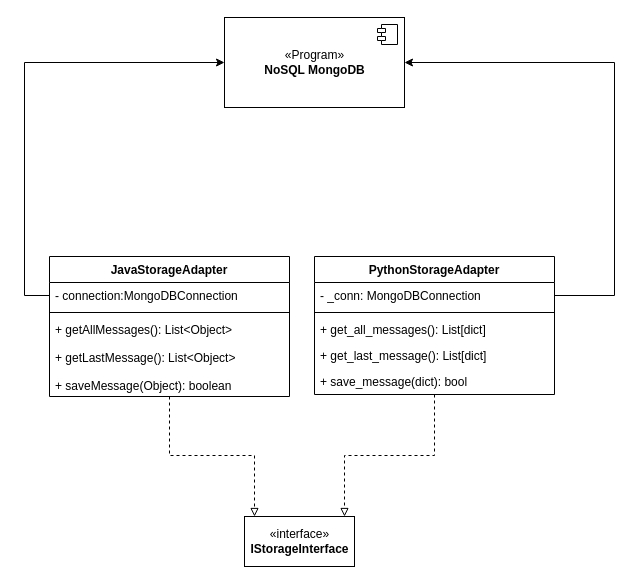
Above: page "storage_subsystem" (3 of 4) of docs/schemes/classes/ClassDiagram.drawio in Kirkirillka/GPS_Tracker (draw.io), before the change. Source tidied: cells renumbered, new cells numbered last; positions are measured from the earlier drawing's top-left corner, leaving out a move shared by most shapes. Both pictures are drawn from the tidied source at 100%, with x=0, y=0 at pixel (24, 17).
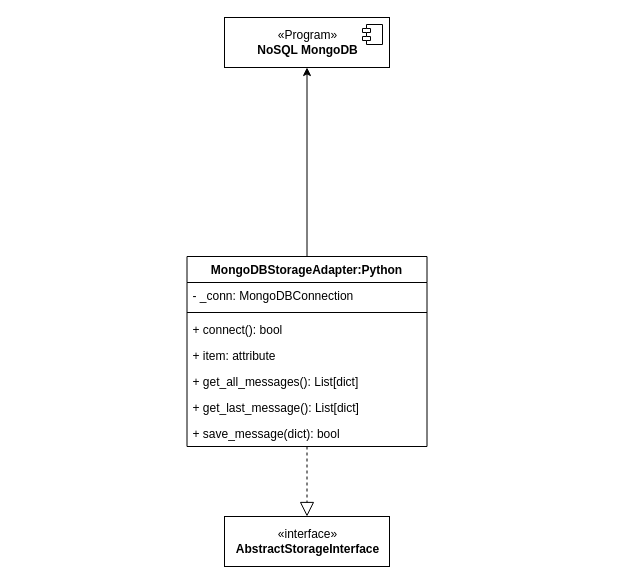
The same diagram, later.

Unchanged cells that the change refers to:
```xml
<mxCell id="12" value="- _conn: MongoDBConnection" style="text;strokeColor=none;fillColor=none;align=left;verticalAlign=top;spacingLeft=4;spacingRight=4;overflow=hidden;points=[[0,0.5],[1,0.5]];portConstraint=eastwest;" parent="11" vertex="1">
  <mxGeometry y="26" width="240" height="26" as="geometry" />
</mxCell>
```

What changed in the source:
```diff
@@
-    <mxCell id="2" style="edgeStyle=orthogonalEdgeStyle;rounded=0;jettySize=auto;html=1;dashed=1;endArrow=block;endFill=0;" parent="1" edge="1" source="3" target="7">
-      <mxGeometry relative="1" as="geometry">
-        <Array as="points">
-          <mxPoint x="145" y="438" />
-          <mxPoint x="230" y="438" />
-        </Array>
-      </mxGeometry>
-    </mxCell>
-    <mxCell id="3" value="JavaStorageAdapter" style="swimlane;fontStyle=1;align=center;verticalAlign=top;horizontal=1;startSize=26;" parent="1" vertex="1">
-      <mxGeometry x="25" y="239" width="240" height="140" as="geometry" />
-    </mxCell>
-    <mxCell id="4" value="- connection:MongoDBConnection" style="text;strokeColor=none;fillColor=none;align=left;verticalAlign=top;spacingLeft=4;spacingRight=4;overflow=hidden;points=[[0,0.5],[1,0.5]];portConstraint=eastwest;" parent="3" vertex="1">
-      <mxGeometry y="26" width="240" height="26" as="geometry" />
-    </mxCell>
-    <mxCell id="5" style="line;strokeWidth=1;fillColor=none;align=left;verticalAlign=middle;spacingTop=-1;spacingLeft=3;spacingRight=3;labelPosition=right;" parent="3" vertex="1">
-      <mxGeometry y="52" width="240" height="8" as="geometry" />
-    </mxCell>
-    <mxCell id="6" value="+ getAllMessages(): List&lt;Object&gt;&#10;&#10;+ getLastMessage(): List&lt;Object&gt;&#10;&#10;+ saveMessage(Object): boolean" style="text;strokeColor=none;fillColor=none;align=left;verticalAlign=top;spacingLeft=4;spacingRight=4;overflow=hidden;" parent="3" vertex="1">
-      <mxGeometry y="60" width="240" height="80" as="geometry" />
-    </mxCell>
-    <mxCell id="7" value="«interface»&lt;br&gt;&lt;b&gt;IStorageInterface&lt;/b&gt;" style="html=1;" parent="1" vertex="1">
-      <mxGeometry x="220" y="499" width="110" height="50" as="geometry" />
+    <mxCell id="7" value="«interface»&lt;br&gt;&lt;b&gt;AbstractStorageInterface&lt;/b&gt;" style="html=1;" parent="1" vertex="1">
+      <mxGeometry x="200" y="499" width="165" height="50" as="geometry" />
     </mxCell>
     <mxCell id="8" value="«Program»&lt;br&gt;&lt;b&gt;NoSQL MongoDB&lt;/b&gt;" style="html=1;" parent="1" vertex="1">
-      <mxGeometry x="200" width="180" height="90" as="geometry" />
+      <mxGeometry x="200" width="165" height="50" as="geometry" />
     </mxCell>
@@
-    <mxCell id="10" style="edgeStyle=orthogonalEdgeStyle;rounded=0;jettySize=auto;html=1;endArrow=classic;endFill=1;strokeColor=#000000;" parent="1" edge="1" source="4" target="8">
-      <mxGeometry relative="1" as="geometry">
-        <Array as="points">
-          <mxPoint y="278" />
-          <mxPoint y="45" />
-        </Array>
-      </mxGeometry>
-    </mxCell>
+    <mxCell id="19" style="edgeStyle=orthogonalEdgeStyle;rounded=0;jettySize=auto;html=1;" parent="1" edge="1" source="11" target="8">
+      <mxGeometry relative="1" as="geometry" />
+    </mxCell>
-    <mxCell id="11" value="PythonStorageAdapter" style="swimlane;fontStyle=1;align=center;verticalAlign=top;horizontal=1;startSize=26;" parent="1" vertex="1">
-      <mxGeometry x="290" y="239" width="240" height="138" as="geometry" />
+    <mxCell id="11" value="MongoDBStorageAdapter:Python" style="swimlane;fontStyle=1;align=center;verticalAlign=top;horizontal=1;startSize=26;" parent="1" vertex="1">
+      <mxGeometry x="162.5" y="239" width="240" height="190" as="geometry" />
     </mxCell>
@@
+    <mxCell id="20" value="+ connect(): bool" style="text;strokeColor=none;fillColor=none;align=left;verticalAlign=top;spacingLeft=4;spacingRight=4;overflow=hidden;" parent="11" vertex="1">
+      <mxGeometry y="60" width="240" height="26" as="geometry" />
+    </mxCell>
+    <mxCell id="21" value="+ item: attribute" style="text;strokeColor=none;fillColor=none;align=left;verticalAlign=top;spacingLeft=4;spacingRight=4;overflow=hidden;" parent="11" vertex="1">
+      <mxGeometry y="86" width="240" height="26" as="geometry" />
+    </mxCell>
     <mxCell id="14" value="+ get_all_messages(): List[dict]" style="text;strokeColor=none;fillColor=none;align=left;verticalAlign=top;spacingLeft=4;spacingRight=4;overflow=hidden;" parent="11" vertex="1">
-      <mxGeometry y="60" width="240" height="26" as="geometry" />
+      <mxGeometry y="112" width="240" height="26" as="geometry" />
     </mxCell>
     <mxCell id="15" value="+ get_last_message(): List[dict]" style="text;strokeColor=none;fillColor=none;align=left;verticalAlign=top;spacingLeft=4;spacingRight=4;overflow=hidden;" parent="11" vertex="1">
-      <mxGeometry y="86" width="240" height="26" as="geometry" />
+      <mxGeometry y="138" width="240" height="26" as="geometry" />
     </mxCell>
     <mxCell id="16" value="+ save_message(dict): bool" style="text;strokeColor=none;fillColor=none;align=left;verticalAlign=top;spacingLeft=4;spacingRight=4;overflow=hidden;" parent="11" vertex="1">
-      <mxGeometry y="112" width="240" height="26" as="geometry" />
+      <mxGeometry y="164" width="240" height="26" as="geometry" />
     </mxCell>
-    <mxCell id="17" style="edgeStyle=orthogonalEdgeStyle;rounded=0;jettySize=auto;html=1;" parent="1" edge="1" source="12" target="8">
-      <mxGeometry relative="1" as="geometry">
-        <Array as="points">
-          <mxPoint x="590" y="278" />
-          <mxPoint x="590" y="45" />
-        </Array>
-      </mxGeometry>
-    </mxCell>
-    <mxCell id="18" style="edgeStyle=orthogonalEdgeStyle;rounded=0;jettySize=auto;html=1;dashed=1;endArrow=block;endFill=0;" parent="1" edge="1" source="11" target="7">
-      <mxGeometry relative="1" as="geometry">
-        <Array as="points">
-          <mxPoint x="410" y="438" />
-          <mxPoint x="320" y="438" />
-        </Array>
-      </mxGeometry>
+    <mxCell id="18" style="endArrow=block;dashed=1;endFill=0;endSize=12;html=1;" parent="1" edge="1" source="11" target="7">
+      <mxGeometry relative="1" as="geometry" />
     </mxCell>
```
